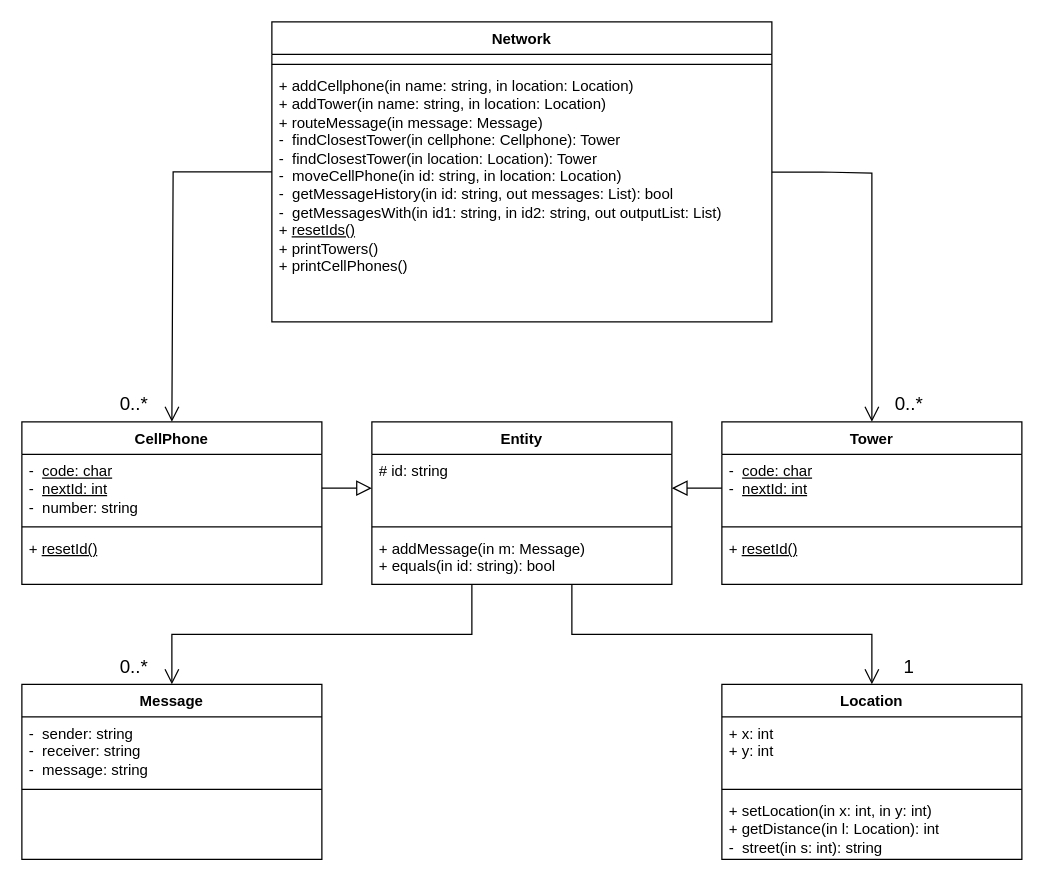
InvalidPathException/draw.io keeps this draw.io diagram as Untitled Diagram.drawio. Above is the earlier version. Source tidied: cells renumbered, new cells numbered last; positions are measured from the earlier drawing's top-left corner, leaving out a move shared by most shapes. Both pictures are drawn from the tidied source at 125%, with x=0, y=0 at pixel (21, 21).
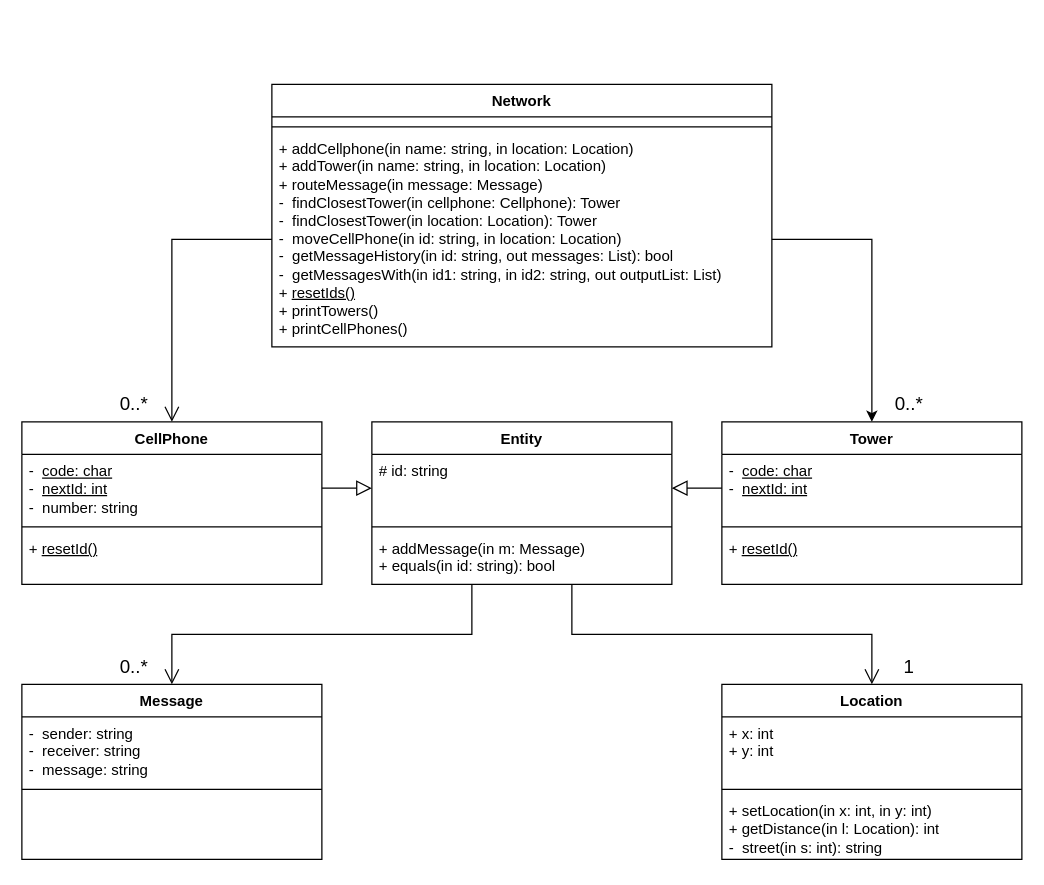
The same page after the edit.

The change refers to these unchanged cells:
```xml
<mxCell id="8" value="CellPhone" style="swimlane;fontStyle=1;align=center;verticalAlign=top;horizontal=1;startSize=26;whiteSpace=wrap;html=1;" parent="1" vertex="1">
  <mxGeometry y="320" width="240" height="130" as="geometry" />
</mxCell>
<mxCell id="12" value="Tower" style="swimlane;fontStyle=1;align=center;verticalAlign=top;horizontal=1;startSize=26;whiteSpace=wrap;html=1;" parent="1" vertex="1">
  <mxGeometry x="560" y="320" width="240" height="130" as="geometry" />
</mxCell>
```

Change to the diagram source:
```diff
@@
     <mxCell id="2" value="Network" style="swimlane;fontStyle=1;align=center;verticalAlign=top;horizontal=1;startSize=26;whiteSpace=wrap;html=1;" parent="1" vertex="1">
-      <mxGeometry x="200" width="400" height="240" as="geometry" />
+      <mxGeometry x="200" y="50" width="400" height="210" as="geometry" />
     </mxCell>
@@
-    <mxCell id="5" style="edgeStyle=orthogonalEdgeStyle;rounded=0;jettySize=auto;html=1;endArrow=open;endFill=0;endSize=10;startSize=10;" parent="2" edge="1" source="6">
-      <mxGeometry relative="1" as="geometry">
-        <mxPoint x="-80" y="320" as="targetPoint" />
-        <Array as="points">
-          <mxPoint x="-79" y="120" />
-          <mxPoint x="-79" y="320" />
-        </Array>
-      </mxGeometry>
-    </mxCell>
     <mxCell id="6" value="&lt;div&gt;&lt;div style=&quot;border-color: var(--border-color);&quot;&gt;+ addCellphone(in name: string, in location: Location)&lt;br style=&quot;border-color: var(--border-color);&quot;&gt;+ addTower(in name: string, in location: Location)&lt;/div&gt;&lt;div style=&quot;border-color: var(--border-color);&quot;&gt;+ routeMessage(in message: Message)&lt;br style=&quot;border-color: var(--border-color);&quot;&gt;-&amp;nbsp; findClosestTower(in&amp;nbsp;cellphone: Cellphone): Tower&lt;br style=&quot;border-color: var(--border-color);&quot;&gt;-&amp;nbsp; findClosestTower(in location: Location): Tower&lt;br style=&quot;border-color: var(--border-color);&quot;&gt;&lt;/div&gt;-&amp;nbsp; moveCellPhone(in id: string, in location: Location)&lt;br style=&quot;border-color: var(--border-color);&quot;&gt;&lt;div style=&quot;border-color: var(--border-color);&quot;&gt;-&amp;nbsp; getMessageHistory(in id: string, out messages: List): bool&lt;br&gt;&lt;/div&gt;&lt;div style=&quot;border-color: var(--border-color);&quot;&gt;-&amp;nbsp; getMessagesWith(in id1: string, in id2: string, out outputList: List)&lt;br style=&quot;border-color: var(--border-color);&quot;&gt;+ &lt;u&gt;resetIds()&lt;/u&gt;&lt;br style=&quot;border-color: var(--border-color);&quot;&gt;&lt;/div&gt;&lt;div style=&quot;border-color: var(--border-color);&quot;&gt;+ printTowers()&lt;/div&gt;&lt;div style=&quot;border-color: var(--border-color);&quot;&gt;+ printCellPhones()&lt;/div&gt;&lt;/div&gt;" style="text;strokeColor=none;fillColor=none;align=left;verticalAlign=top;spacingLeft=4;spacingRight=4;overflow=hidden;points=[[0,0.5],[1,0.5]];portConstraint=eastwest;whiteSpace=wrap;html=1;" parent="2" vertex="1">
-      <mxGeometry y="38" width="400" height="202" as="geometry" />
+      <mxGeometry y="38" width="400" height="172" as="geometry" />
     </mxCell>
-    <mxCell id="7" style="edgeStyle=orthogonalEdgeStyle;rounded=0;orthogonalLoop=1;jettySize=auto;html=1;endArrow=open;endFill=0;endSize=10;startSize=10;" parent="1" edge="1">
-      <mxGeometry relative="1" as="geometry">
-        <mxPoint x="600" y="120.1" as="sourcePoint" />
-        <mxPoint x="680" y="320" as="targetPoint" />
-        <Array as="points">
-          <mxPoint x="640" y="120" />
-          <mxPoint x="680" y="121" />
-        </Array>
-      </mxGeometry>
-    </mxCell>
@@
+    <mxCell id="36" style="edgeStyle=orthogonalEdgeStyle;rounded=0;jettySize=auto;html=1;endArrow=open;endFill=0;endSize=10;startSize=10;" parent="1" edge="1" source="6" target="8">
+      <mxGeometry relative="1" as="geometry" />
+    </mxCell>
+    <mxCell id="37" style="edgeStyle=orthogonalEdgeStyle;rounded=0;jettySize=auto;html=1;entryX=0.5;entryY=0;entryDx=0;entryDy=0;" parent="1" edge="1" source="6" target="12">
+      <mxGeometry relative="1" as="geometry" />
+    </mxCell>
```
